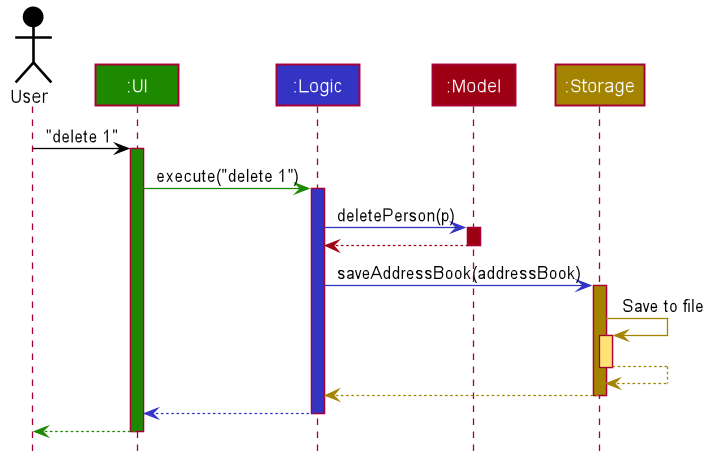
Earlier version of the PlantUML export docs/images/ArchitectureSequenceDiagram.png (nus-cs2103-AY2223S1/tp).
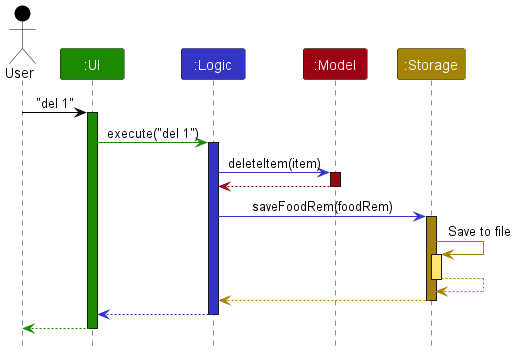
After the commit.

Commit message:
Update Architecture Sequence Diagram

What changed in the source:
```diff
@@ -1,85 +1,38 @@
 @startuml
+!include style.puml
 
+Actor User as user USER_COLOR
+Participant ":UI" as ui UI_COLOR
+Participant ":Logic" as logic LOGIC_COLOR
+Participant ":Model" as model MODEL_COLOR
+Participant ":Storage" as storage STORAGE_COLOR
 
+user -[USER_COLOR]> ui : "del 1"
+activate ui UI_COLOR
 
+ui -[UI_COLOR]> logic : execute("del 1")
+activate logic LOGIC_COLOR
 
+logic -[LOGIC_COLOR]> model : deleteItem(item)
+activate model MODEL_COLOR
 
-
-
-
-skinparam BackgroundColor #FFFFFFF
-
-skinparam Shadowing false
-
-skinparam Class {
-    FontColor #FFFFFF
-    BorderThickness 1
-    BorderColor #FFFFFF
-    StereotypeFontColor #FFFFFF
-    FontName Arial
-}
-
-skinparam Actor {
-    BorderColor #000000
-    Color #000000
-    FontName Arial
-}
-
-skinparam Sequence {
-    MessageAlign center
-    BoxFontSize 15
-    BoxPadding 0
-    BoxFontColor #FFFFFF
-    FontName Arial
-}
-
-skinparam Participant {
-    FontColor #FFFFFFF
-    Padding 20
-}
-
-skinparam MinClassWidth 50
-skinparam ParticipantPadding 10
-skinparam Shadowing false
-skinparam DefaultTextAlignment center
-skinparam packageStyle Rectangle
-
-hide footbox
-hide members
-hide circle
-
-Actor User as user #000000
-Participant ":UI" as ui #1D8900
-Participant ":Logic" as logic #3333C4
-Participant ":Model" as model #9D0012
-Participant ":Storage" as storage #A38300
-
-user -[#000000]> ui : "delete 1"
-activate ui #1D8900
-
-ui -[#1D8900]> logic : execute("delete 1")
-activate logic #3333C4
-
-logic -[#3333C4]> model : deletePerson(p)
-activate model #9D0012
-
-model -[#9D0012]-> logic
+model -[MODEL_COLOR]-> logic
 deactivate model
 
-logic -[#3333C4]> storage : saveAddressBook(addressBook)
-activate storage #A38300
+logic -[LOGIC_COLOR]> storage : saveFoodRem(foodRem)
+activate storage STORAGE_COLOR
 
-storage -[#A38300]> storage : Save to file
-activate storage #FFE374
-storage --[#A38300]> storage
+storage -[STORAGE_COLOR]> storage : Save to file
+activate storage STORAGE_COLOR_T1
+storage --[STORAGE_COLOR]> storage
 deactivate storage
 
-storage --[#A38300]> logic
+storage --[STORAGE_COLOR]> logic
 deactivate storage
 
-logic --[#3333C4]> ui
+logic --[LOGIC_COLOR]> ui
 deactivate logic
 
-ui--[#1D8900]> user
+ui--[UI_COLOR]> user
 deactivate ui
 @enduml
```
